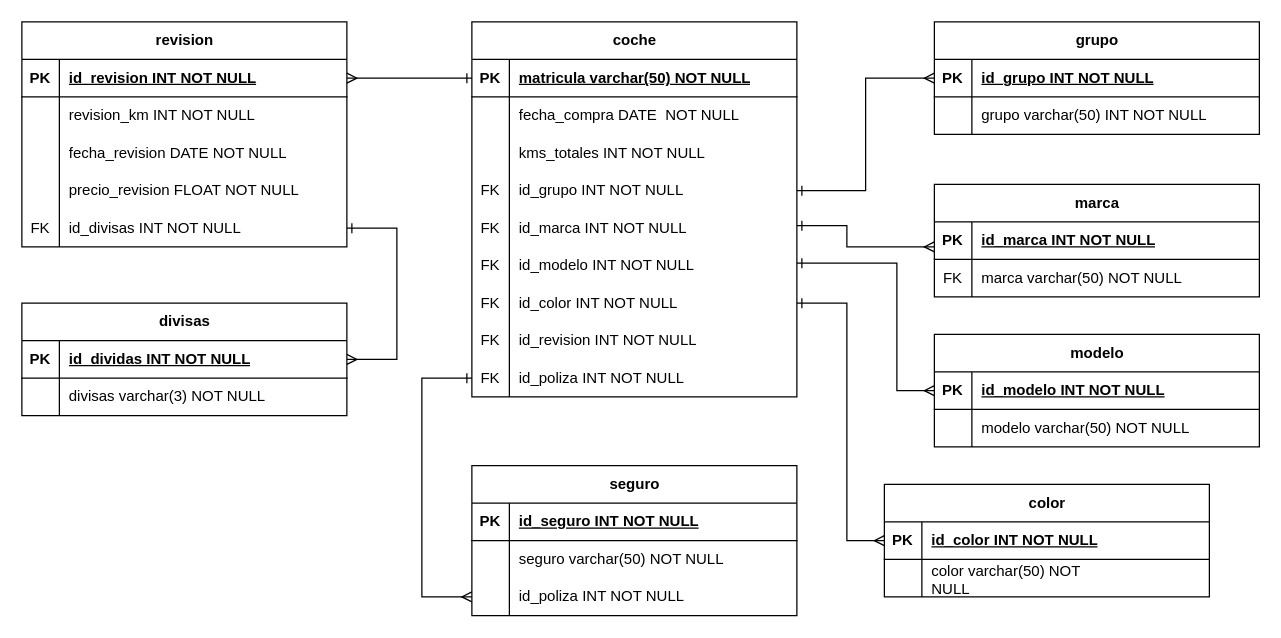
This is flota_coches.drawio from Giany74/practica_sql, a draw.io file, before an edit. Source tidied: cells renumbered, new cells numbered last; positions are measured from the earlier drawing's top-left corner, leaving out a move shared by most shapes. Both pictures are drawn from the tidied source at 125%, with x=0, y=0 at pixel (21, 21).
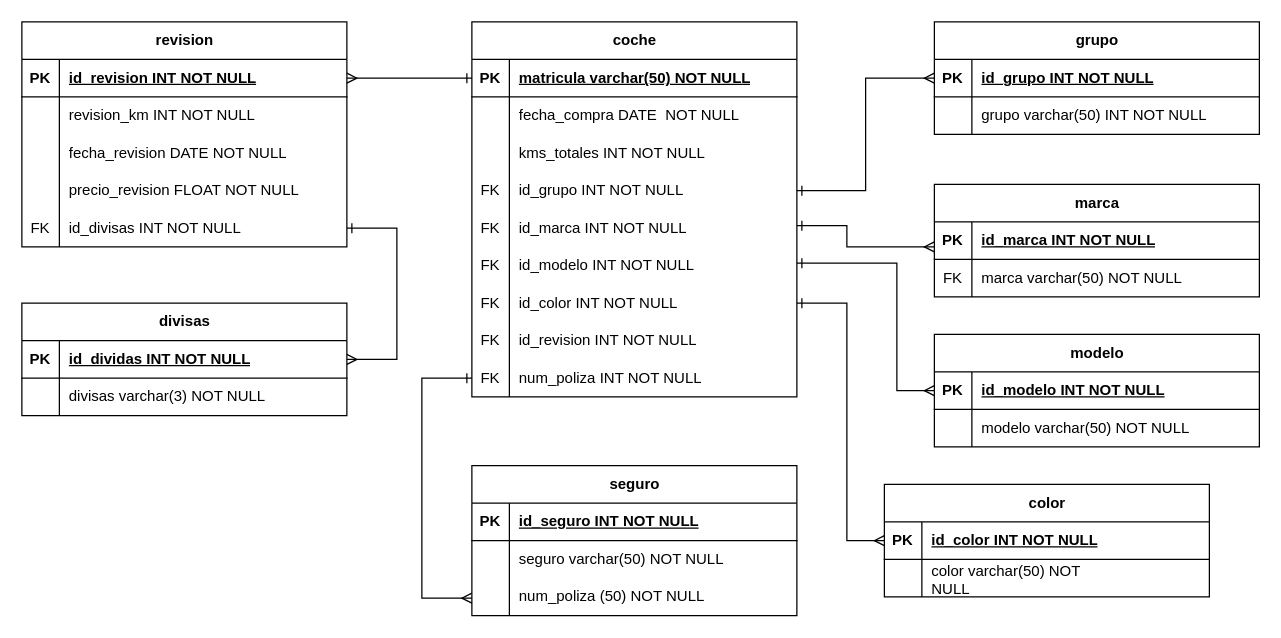
Above is the later version.

The change refers to these unchanged cells:
```xml
<mxCell id="9" style="shape=tableRow;horizontal=0;startSize=0;swimlaneHead=0;swimlaneBody=0;fillColor=none;points=[[0,0.5],[1,0.5]];portConstraint=eastwest;top=0;left=0;right=0;bottom=0;" parent="2" vertex="1">
  <mxGeometry y="90" width="260" height="30" as="geometry" />
</mxCell>
<mxCell id="37" style="shape=tableRow;horizontal=0;startSize=0;swimlaneHead=0;swimlaneBody=0;fillColor=none;points=[[0,0.5],[1,0.5]];portConstraint=eastwest;top=0;left=0;right=0;bottom=0;" parent="12" vertex="1">
  <mxGeometry y="270" width="260" height="30" as="geometry" />
</mxCell>
```

Change to the diagram source:
```diff
@@
-    <mxCell id="11" value="id_poliza INT NOT NULL" style="shape=partialRectangle;fillColor=none;top=0;left=0;bottom=0;right=0;align=left;spacingLeft=6;overflow=hidden;whiteSpace=wrap;html=1;" parent="9" vertex="1">
-      <mxGeometry x="30" width="230" height="30" as="geometry" />
-    </mxCell>
+    <mxCell id="104" value="num_poliza&amp;nbsp;(50) NOT NULL" style="shape=partialRectangle;fillColor=none;top=0;left=0;bottom=0;right=0;align=left;spacingLeft=6;overflow=hidden;whiteSpace=wrap;html=1;" parent="9" vertex="1">
+      <mxGeometry x="30" width="230" height="30" as="geometry" />
+    </mxCell>
@@
-    <mxCell id="39" value="id_poliza INT NOT NULL" style="shape=partialRectangle;fillColor=none;top=0;left=0;bottom=0;right=0;align=left;spacingLeft=6;overflow=hidden;whiteSpace=wrap;html=1;" parent="37" vertex="1">
+    <mxCell id="39" value="num_poliza INT NOT NULL" style="shape=partialRectangle;fillColor=none;top=0;left=0;bottom=0;right=0;align=left;spacingLeft=6;overflow=hidden;whiteSpace=wrap;html=1;" parent="37" vertex="1">
       <mxGeometry x="30" width="230" height="30" as="geometry" />
     </mxCell>
@@
-    <mxCell id="103" style="edgeStyle=orthogonalEdgeStyle;rounded=0;jettySize=auto;html=1;startArrow=ERone;startFill=0;endArrow=ERmany;endFill=0;entryX=0;entryY=0.5;entryDx=0;entryDy=0;" parent="1" edge="1" source="37" target="9">
+    <mxCell id="103" style="edgeStyle=orthogonalEdgeStyle;rounded=0;jettySize=auto;html=1;startArrow=ERone;startFill=0;endArrow=ERmany;endFill=0;" parent="1" edge="1" source="37" target="9">
       <mxGeometry relative="1" as="geometry">
         <Array as="points">
           <mxPoint x="320" y="285" />
-          <mxPoint x="320" y="460" />
+          <mxPoint x="320" y="461" />
         </Array>
       </mxGeometry>
     </mxCell>
```
